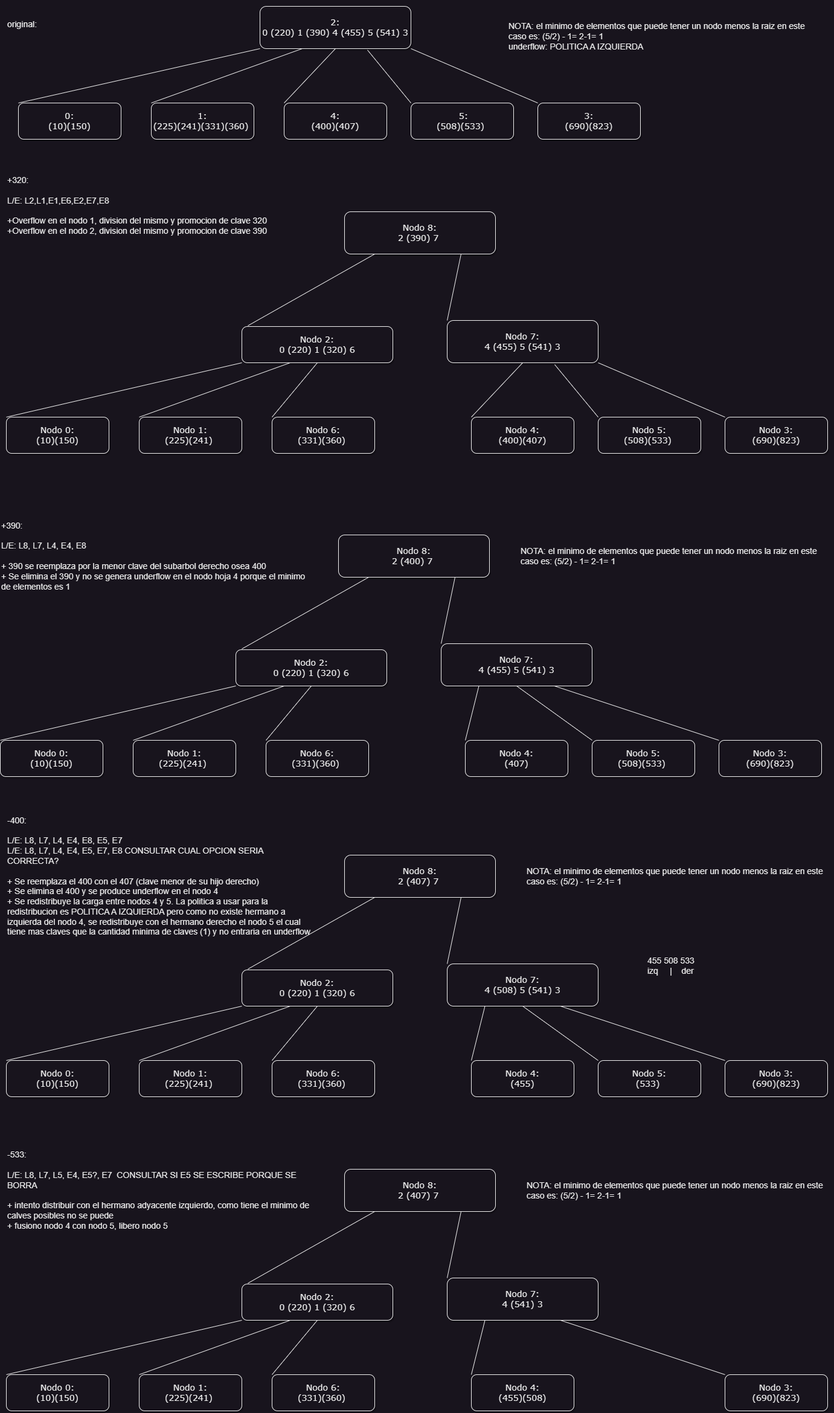
Earlier version of the draw.io export Practica4/Ejsfod-ej5.drawio.png (juan4171/Fod). Source tidied: cells renumbered, new cells last; positions are measured from the earlier drawing's top-left corner, leaving out a move shared by most shapes.
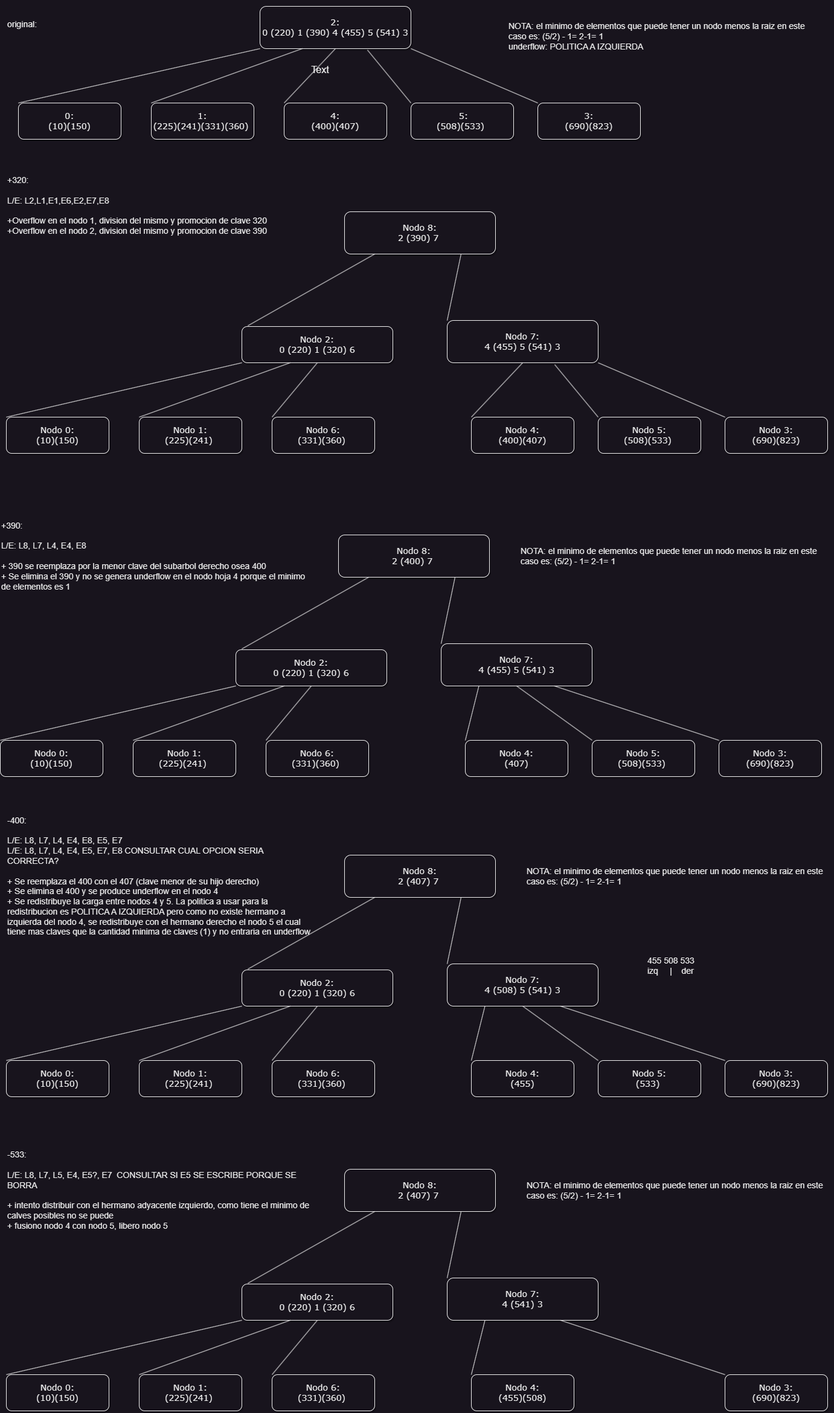
After the commit.

Change to the diagram source:
```diff
@@ -287,5 +287,8 @@
     <mxCell id="88" value="NOTA: el minimo de elementos que puede tener un nodo menos la raiz en este caso es: (5/2) - 1= 2-1= 1&lt;br&gt;underflow: POLITICA A IZQUIERDA" style="text;html=1;strokeColor=none;fillColor=none;align=left;verticalAlign=middle;whiteSpace=wrap;rounded=0;labelBackgroundColor=none;fontSize=14;" parent="1" vertex="1">
       <mxGeometry x="840" width="510" height="120" as="geometry" />
     </mxCell>
+    <mxCell id="89" value="Text" style="text;strokeColor=none;fillColor=none;html=1;align=center;verticalAlign=middle;whiteSpace=wrap;rounded=0;fontSize=16;" parent="1" vertex="1">
+      <mxGeometry x="500" y="100" width="60" height="30" as="geometry" />
+    </mxCell>
   </root>
 </mxGraphModel>
```
